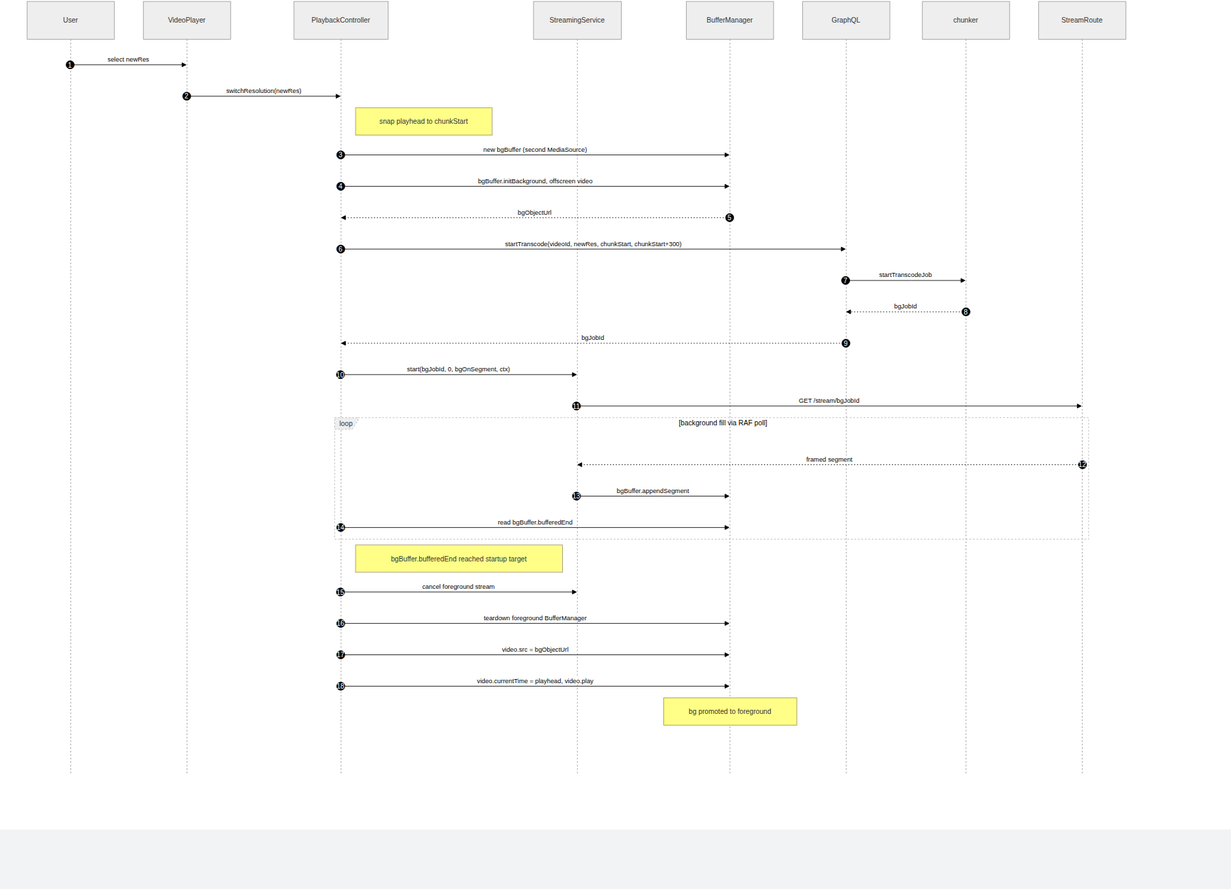
Before: docs/diagrams/streaming-04-resolution-switch.png, a diagram exported from Mermaid (ngareleo/xstream). Its source is kept beside it as docs/diagrams/streaming-04-resolution-switch.mmd. The source it was exported from:
```mermaid
sequenceDiagram
    autonumber
    participant U as User
    participant VP as VideoPlayer
    participant PC as PlaybackController
    participant SS as StreamingService
    participant BM as BufferManager
    participant GQL as GraphQL
    participant CH as chunker
    participant ST as StreamRoute

    U->>VP: select newRes
    VP->>PC: switchResolution(newRes)
    Note right of PC: snap playhead to chunkStart
    PC->>BM: new bgBuffer (second MediaSource)
    PC->>BM: bgBuffer.initBackground, offscreen video
    BM-->>PC: bgObjectUrl
    PC->>GQL: startTranscode(videoId, newRes, chunkStart, chunkStart+300)
    GQL->>CH: startTranscodeJob
    CH-->>GQL: bgJobId
    GQL-->>PC: bgJobId
    PC->>SS: start(bgJobId, 0, bgOnSegment, ctx)
    SS->>ST: GET /stream/bgJobId

    loop background fill via RAF poll
        ST-->>SS: framed segment
        SS->>BM: bgBuffer.appendSegment
        PC->>BM: read bgBuffer.bufferedEnd
    end

    Note right of PC: bgBuffer.bufferedEnd reached startup target
    PC->>SS: cancel foreground stream
    PC->>BM: teardown foreground BufferManager
    PC->>BM: video.src = bgObjectUrl
    PC->>BM: video.currentTime = playhead, video.play
    Note over BM: bg promoted to foreground
```
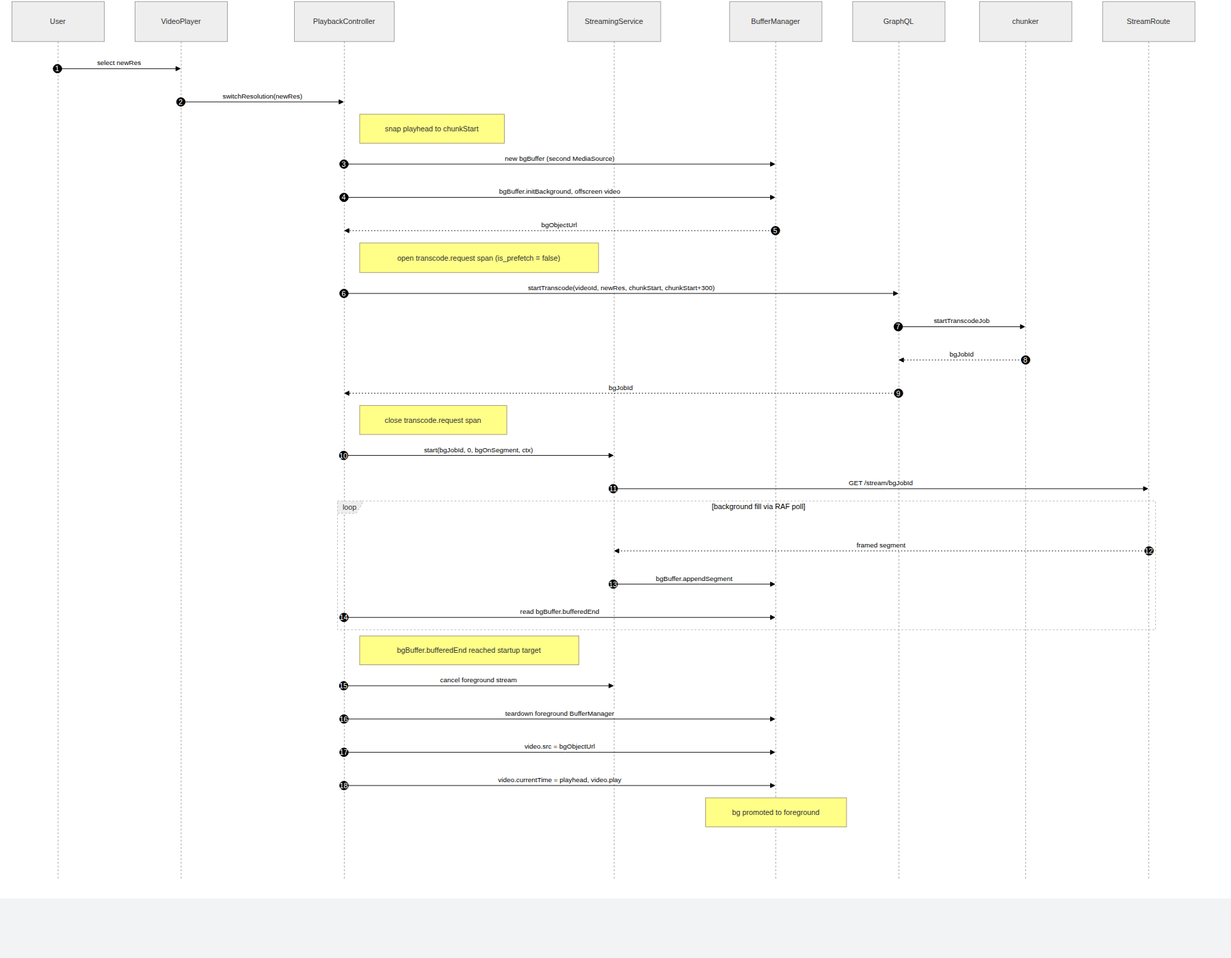
Above is the later version.

What changed in the source:
```diff
@@ -15,10 +15,12 @@
     PC->>BM: new bgBuffer (second MediaSource)
     PC->>BM: bgBuffer.initBackground, offscreen video
     BM-->>PC: bgObjectUrl
+    Note right of PC: open transcode.request span (is_prefetch = false)
     PC->>GQL: startTranscode(videoId, newRes, chunkStart, chunkStart+300)
     GQL->>CH: startTranscodeJob
     CH-->>GQL: bgJobId
     GQL-->>PC: bgJobId
+    Note right of PC: close transcode.request span
     PC->>SS: start(bgJobId, 0, bgOnSegment, ctx)
     SS->>ST: GET /stream/bgJobId
 
```
